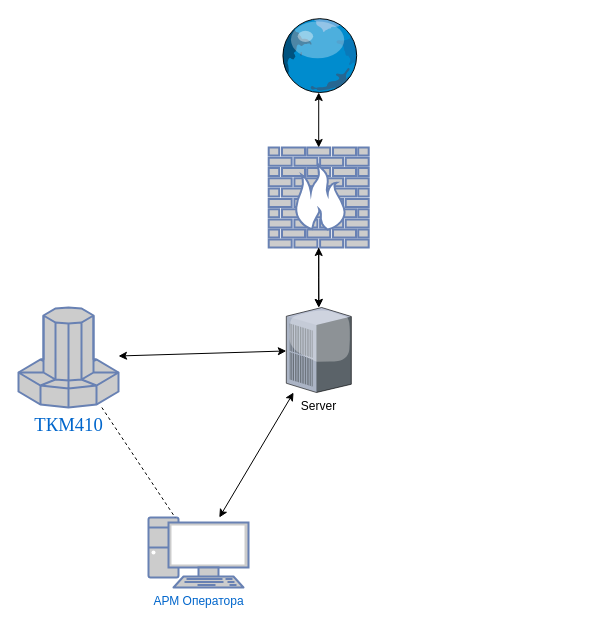
Above: уацуауцауцауцавыа.drawio in 1DeMeNToR1/RocketModUpdater_32 (draw.io), before the change. Source tidied: cells renumbered, new cells numbered last; positions are measured from the earlier drawing's top-left corner, leaving out a move shared by most shapes. Both pictures are drawn from the tidied source at 100%, with x=0, y=0 at pixel (18, 17).
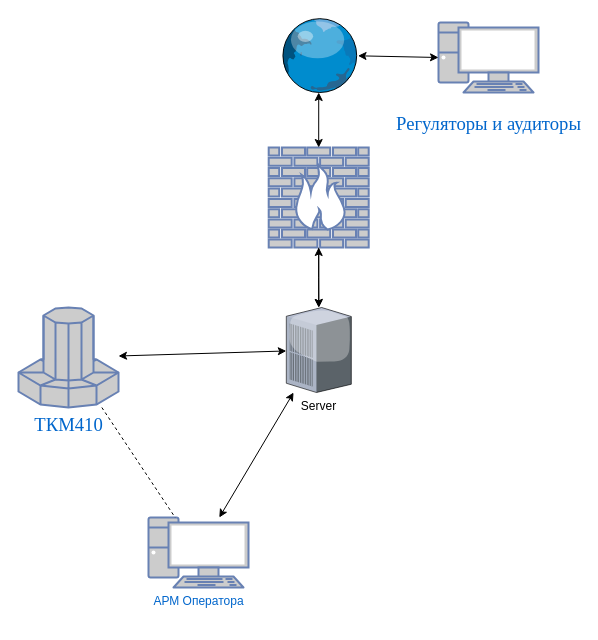
Above is the later version.

Diff of the diagram source:
```diff
@@
 <mxGraphModel>
   <root>
     <mxCell id="0" />
     <mxCell id="1" parent="0" />
     <mxCell id="2" style="edgeStyle=orthogonalEdgeStyle;rounded=0;jettySize=auto;html=1;" parent="1" edge="1" source="3" target="6">
       <mxGeometry relative="1" as="geometry" />
     </mxCell>
     <mxCell id="3" style="fontColor=#0066CC;verticalAlign=top;verticalLabelPosition=bottom;labelPosition=center;align=center;html=1;outlineConnect=0;fillColor=#CCCCCC;strokeColor=#6881B3;gradientColor=none;gradientDirection=north;strokeWidth=2;shape=mxgraph.networks.firewall;" parent="1" vertex="1">
       <mxGeometry x="250.2" y="130" width="100" height="100" as="geometry" />
     </mxCell>
     <mxCell id="4" style="verticalLabelPosition=bottom;sketch=0;html=1;verticalAlign=top;strokeColor=none;align=center;outlineConnect=0;shape=mxgraph.citrix.globe;" parent="1" vertex="1">
       <mxGeometry x="261" width="78.5" height="75" as="geometry" />
     </mxCell>
     <mxCell id="5" style="endArrow=classic;startArrow=classic;html=1;rounded=0;exitX=0.5;exitY=0;exitDx=0;exitDy=0;exitPerimeter=0;" parent="1" edge="1" source="3" target="4">
       <mxGeometry relative="1" as="geometry" />
     </mxCell>
     <mxCell id="6" value="Server" style="verticalLabelPosition=bottom;sketch=0;html=1;verticalAlign=top;strokeColor=none;align=center;outlineConnect=0;shape=mxgraph.citrix.pbx_server;" parent="1" vertex="1">
       <mxGeometry x="267.8" y="290" width="65" height="85" as="geometry" />
     </mxCell>
     <mxCell id="7" style="endArrow=classic;startArrow=classic;html=1;rounded=0;entryX=0.5;entryY=1;entryDx=0;entryDy=0;entryPerimeter=0;" parent="1" edge="1" source="6" target="3">
       <mxGeometry relative="1" as="geometry" />
     </mxCell>
     <mxCell id="8" value="&lt;span style=&quot;font-size:14.0pt;font-family:&amp;quot;Times New Roman&amp;quot;,serif;&lt;br/&gt;mso-fareast-font-family:&amp;quot;Times New Roman&amp;quot;;mso-ansi-language:RU;mso-fareast-language:&lt;br/&gt;ZH-CN;mso-bidi-language:AR-SA&quot;&gt;ТКМ410&lt;/span&gt;" style="fontColor=#0066CC;verticalAlign=top;verticalLabelPosition=bottom;labelPosition=center;align=center;html=1;outlineConnect=0;fillColor=#CCCCCC;strokeColor=#6881B3;gradientColor=none;gradientDirection=north;strokeWidth=2;shape=mxgraph.networks.supercomputer;" parent="1" vertex="1">
       <mxGeometry y="290" width="100" height="100" as="geometry" />
     </mxCell>
     <mxCell id="9" value="АРМ Оператора&lt;div&gt;&lt;br&gt;&lt;/div&gt;" style="fontColor=#0066CC;verticalAlign=top;verticalLabelPosition=bottom;labelPosition=center;align=center;html=1;outlineConnect=0;fillColor=#CCCCCC;strokeColor=#6881B3;gradientColor=none;gradientDirection=north;strokeWidth=2;shape=mxgraph.networks.pc;" parent="1" vertex="1">
       <mxGeometry x="130" y="500" width="100" height="70" as="geometry" />
     </mxCell>
     <mxCell id="10" style="endArrow=classic;startArrow=classic;html=1;rounded=0;" parent="1" edge="1" source="8" target="6">
       <mxGeometry relative="1" as="geometry" />
     </mxCell>
     <mxCell id="11" style="endArrow=classic;startArrow=classic;html=1;rounded=0;" parent="1" edge="1" source="9" target="6">
       <mxGeometry relative="1" as="geometry" />
     </mxCell>
     <mxCell id="12" style="endArrow=none;dashed=1;html=1;rounded=0;" parent="1" edge="1" source="8" target="9">
       <mxGeometry relative="1" as="geometry" />
     </mxCell>
+    <mxCell id="13" value="&#10;&lt;span style=&quot;font-size:14.0pt;font-family:&amp;quot;Times New Roman&amp;quot;,serif;&#10;mso-fareast-font-family:&amp;quot;Times New Roman&amp;quot;;mso-ansi-language:RU;mso-fareast-language:&#10;ZH-CN;mso-bidi-language:AR-SA&quot;&gt;Регуляторы и аудиторы&lt;/span&gt;&#10;&#10;&#10;&#10;" style="fontColor=#0066CC;verticalAlign=top;verticalLabelPosition=bottom;labelPosition=center;align=center;html=1;outlineConnect=0;fillColor=#CCCCCC;strokeColor=#6881B3;gradientColor=none;gradientDirection=north;strokeWidth=2;shape=mxgraph.networks.pc;" parent="1" vertex="1">
+      <mxGeometry x="420" y="5" width="100" height="70" as="geometry" />
+    </mxCell>
+    <mxCell id="14" style="endArrow=classic;startArrow=classic;html=1;rounded=0;entryX=0;entryY=0.5;entryDx=0;entryDy=0;entryPerimeter=0;" parent="1" edge="1" source="4" target="13">
+      <mxGeometry relative="1" as="geometry" />
+    </mxCell>
   </root>
 </mxGraphModel>
```
